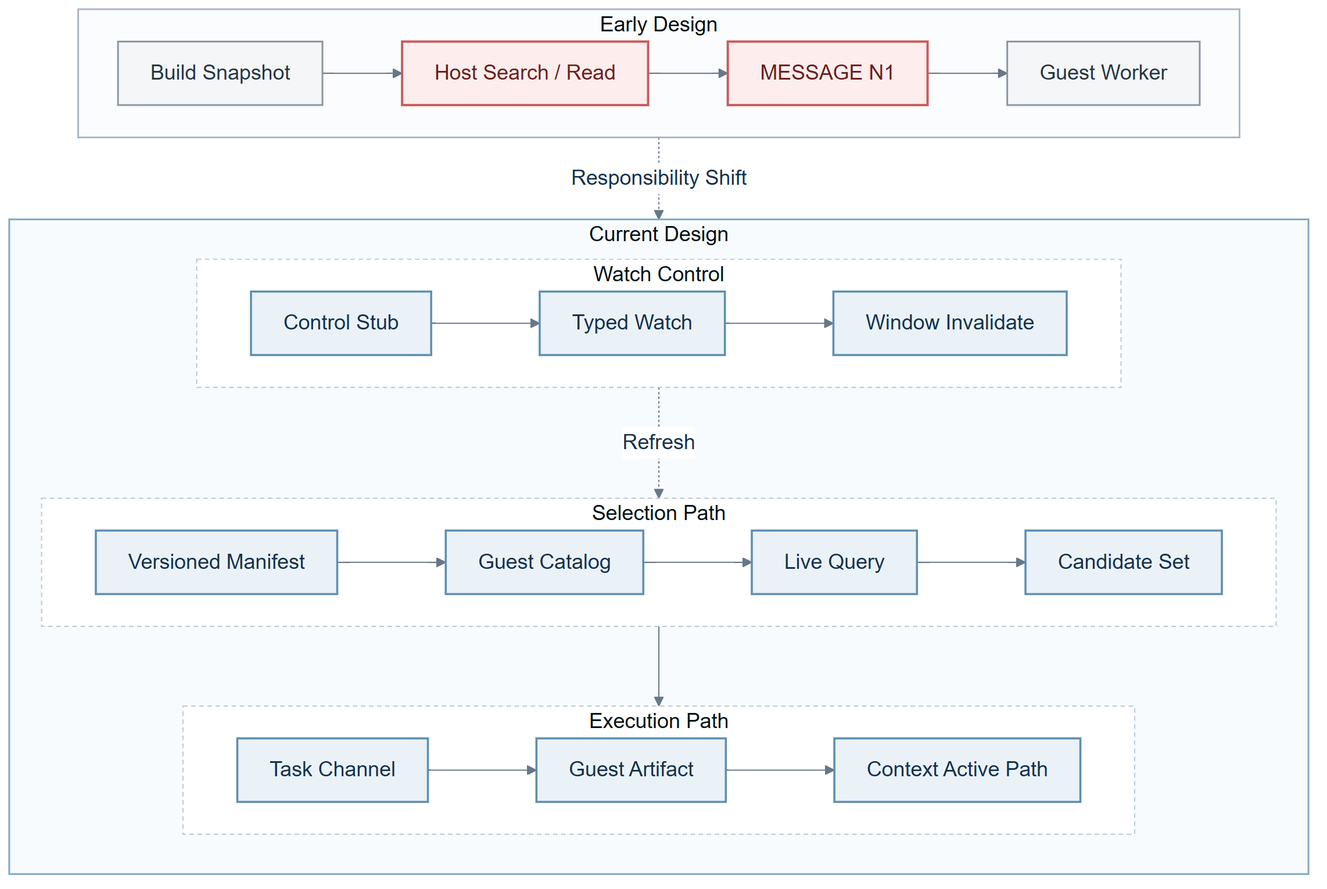
This is docs/figures/architecture/implementation_nexus_boundary.png from yushugulao/Agent-OS, a Mermaid export, as it was before one commit. Its source is kept beside it as docs/figures/architecture/implementation_nexus_boundary.mmd.
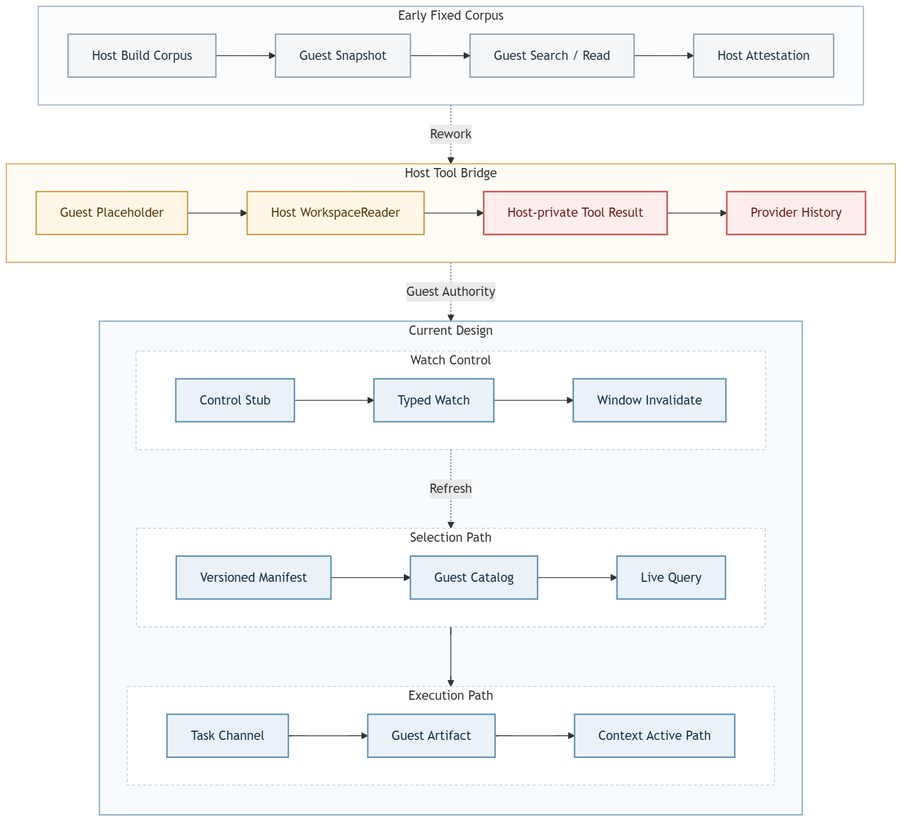
After the change.

The edit, as a diff of the source:
```diff
@@ -1,14 +1,19 @@
 flowchart TB
-  subgraph early["Early Design"]
+  subgraph early["Early Fixed Corpus"]
     direction LR
-    e1["Build Snapshot"] --> e2["Host Search / Read"] --> e3["MESSAGE N1"] --> e4["Guest Worker"]
+    e1["Host Build Corpus"] --> e2["Guest Snapshot"] --> e3["Guest Search / Read"] --> e4["Host Attestation"]
+  end
+
+  subgraph transition["Host Tool Bridge"]
+    direction LR
+    t1["Guest Placeholder"] --> t2["Host WorkspaceReader"] --> t3["Host-private Tool Result"] --> t4["Provider History"]
   end
 
   subgraph current["Current Design"]
     direction TB
     subgraph selectPath["Selection Path"]
       direction LR
-      c1["Versioned Manifest"] --> c2["Guest Catalog"] --> c3["Live Query"] --> c4["Candidate Set"]
+      c1["Versioned Manifest"] --> c2["Guest Catalog"] --> c3["Live Query"]
     end
     subgraph watchPath["Watch Control"]
       direction LR
@@ -18,19 +23,23 @@
       direction LR
       x1["Task Channel"] --> x2["Guest Artifact"] --> x3["Context Active Path"]
     end
-    watchPath -. "Refresh" .-> selectPath
-    selectPath --> execPath
+    w3 -. "Refresh" .-> c1
+    c3 --> x1
   end
 
-  e4 -. "Responsibility Shift" .-> c1
+  e4 -. "Rework" .-> t1
+  t4 -. "Guest Authority" .-> c1
 
   classDef earlyStep fill:#F4F6F7,stroke:#8996A3,color:#263746,stroke-width:1.5px;
+  classDef transitionStep fill:#FFF7E6,stroke:#C6923E,color:#5A3C0C,stroke-width:1.6px;
   classDef risk fill:#FDEDEC,stroke:#C65B5B,color:#6E2020,stroke-width:2px;
   classDef currentStep fill:#EAF2F8,stroke:#5E8FAF,color:#17324D,stroke-width:1.8px;
-  class e1,e4 earlyStep;
-  class e2,e3 risk;
-  class c1,c2,c3,c4,w1,w2,w3,x1,x2,x3 currentStep;
+  class e1,e2,e3,e4 earlyStep;
+  class t1,t2 transitionStep;
+  class t3,t4 risk;
+  class c1,c2,c3,w1,w2,w3,x1,x2,x3 currentStep;
   style early fill:#FBFCFD,stroke:#AAB7C4,stroke-width:1.5px
+  style transition fill:#FFFCF5,stroke:#D4AD66,stroke-width:1.5px
   style current fill:#F7FBFE,stroke:#7FA8C2,stroke-width:1.5px
   style selectPath fill:#FFFFFF,stroke:#B8C8D4,stroke-width:1px,stroke-dasharray:4 3
   style watchPath fill:#FFFFFF,stroke:#B8C8D4,stroke-width:1px,stroke-dasharray:4 3
```
